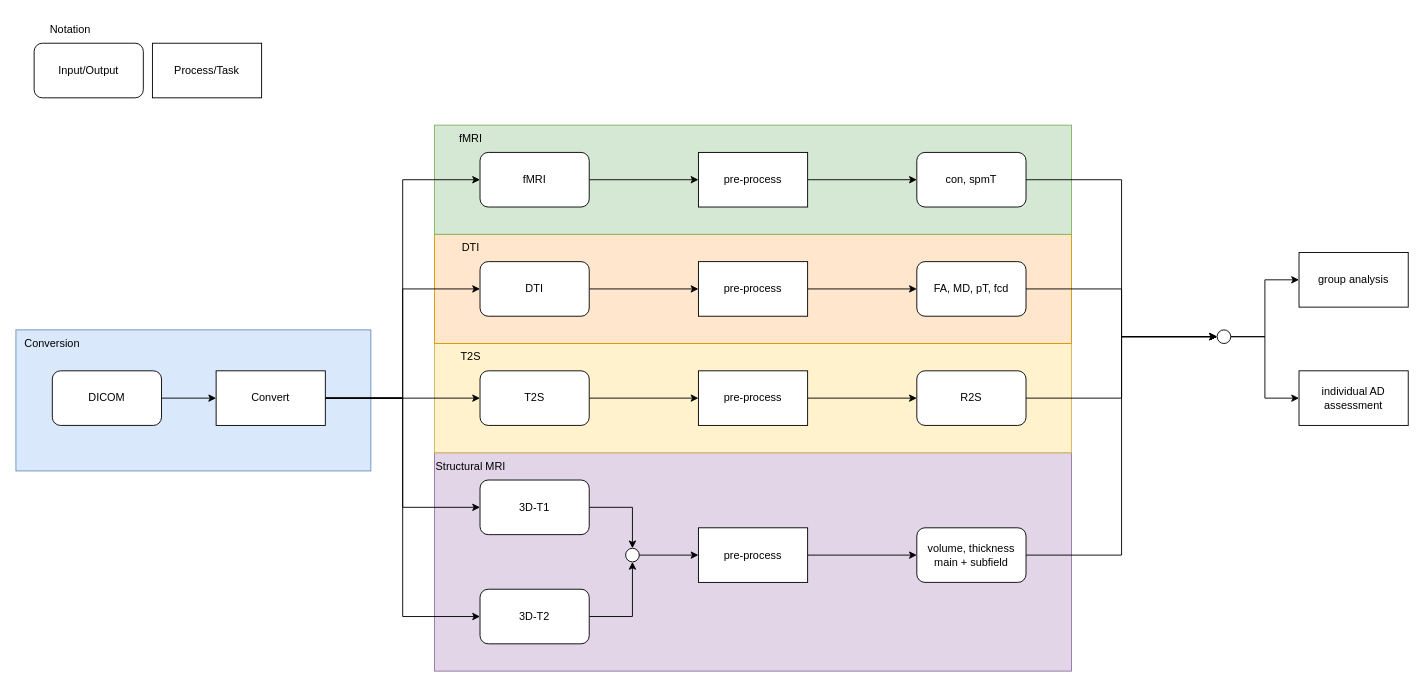
The draw.io diagram page "Overview" (1 of 2) of process_pipeline.drawio in phakchirat/learn-github, before the edit. Source tidied: cells renumbered, new cells numbered last; positions are measured from the earlier drawing's top-left corner, leaving out a move shared by most shapes. Both pictures are drawn from the tidied source at 91%, with x=0, y=0 at pixel (15, 15).
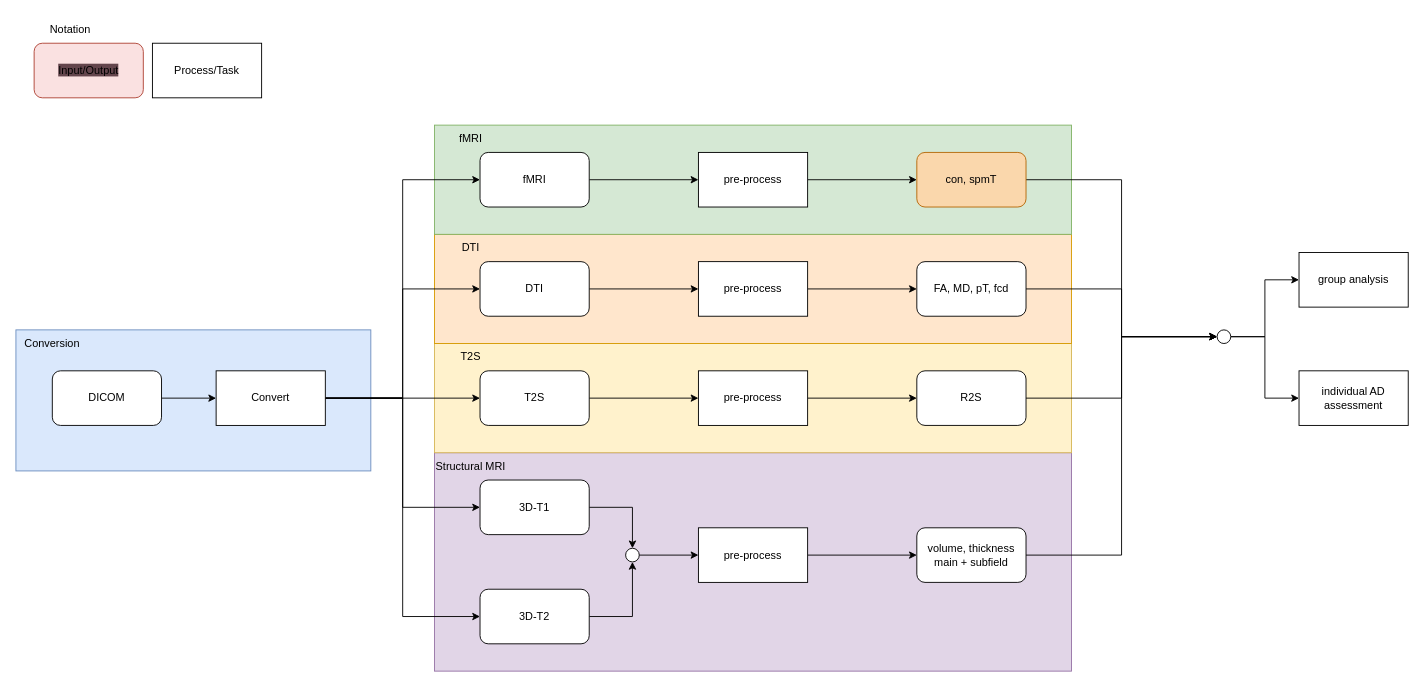
The same diagram, later.

What changed in the source:
```diff
@@
-    <mxCell id="7" value="Input/Output" style="rounded=1;whiteSpace=wrap;html=1;" parent="1" vertex="1">
+    <mxCell id="7" value="&lt;span style=&quot;background-color: rgb(99, 69, 76);&quot;&gt;Input/Output&lt;/span&gt;" style="rounded=1;whiteSpace=wrap;html=1;fillColor=#FAE1E1;strokeColor=#ae4132;" parent="1" vertex="1">
       <mxGeometry x="20" y="30" width="120" height="60" as="geometry" />
     </mxCell>
@@
-    <mxCell id="36" value="con, spmT" style="rounded=1;whiteSpace=wrap;html=1;" parent="1" vertex="1">
+    <mxCell id="36" value="con, spmT" style="rounded=1;whiteSpace=wrap;html=1;fillColor=#fad7ac;strokeColor=#b46504;" parent="1" vertex="1">
       <mxGeometry x="990" y="150" width="120" height="60" as="geometry" />
     </mxCell>
```
